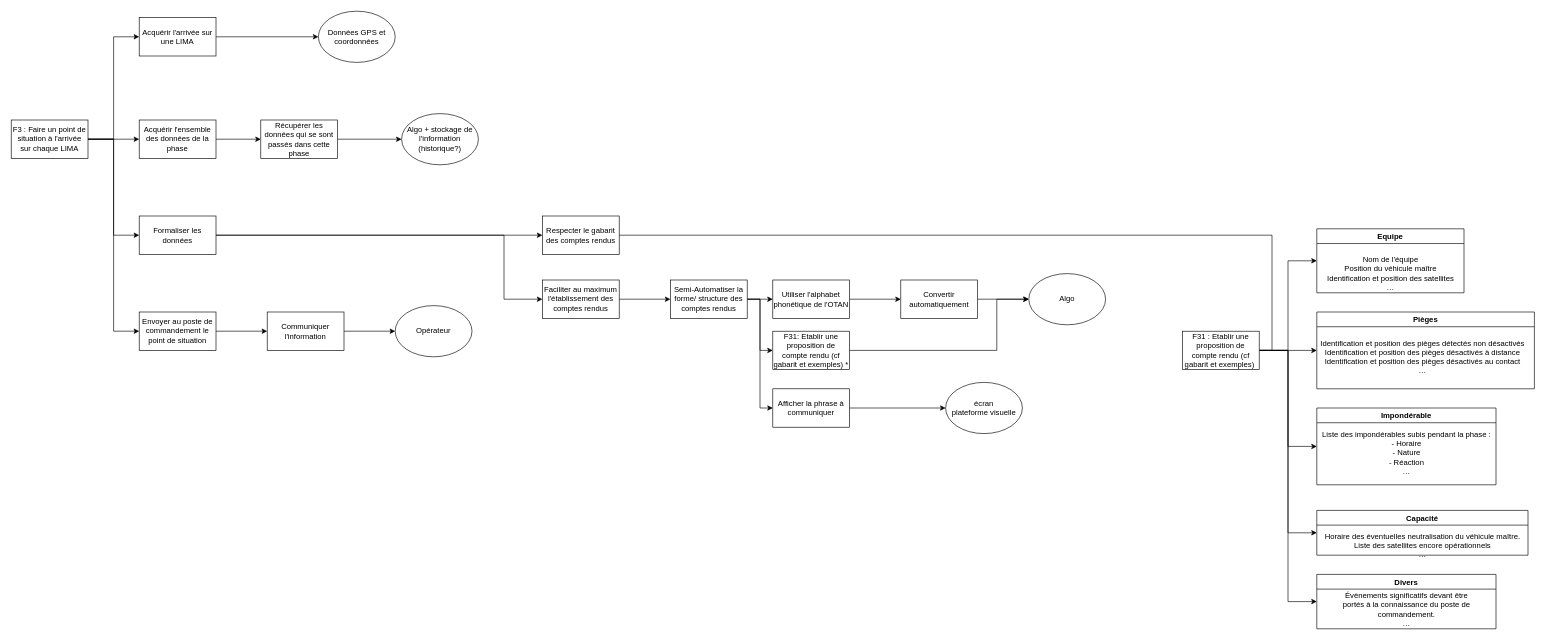
The draw.io diagram Diagrammes/testF3.drawio in annieliu52/CoHoMa, before the edit. Source tidied: cells renumbered, new cells numbered last; positions are measured from the earlier drawing's top-left corner, leaving out a move shared by most shapes. Both pictures are drawn from the tidied source at 64%, with x=0, y=0 at pixel (11, 11).
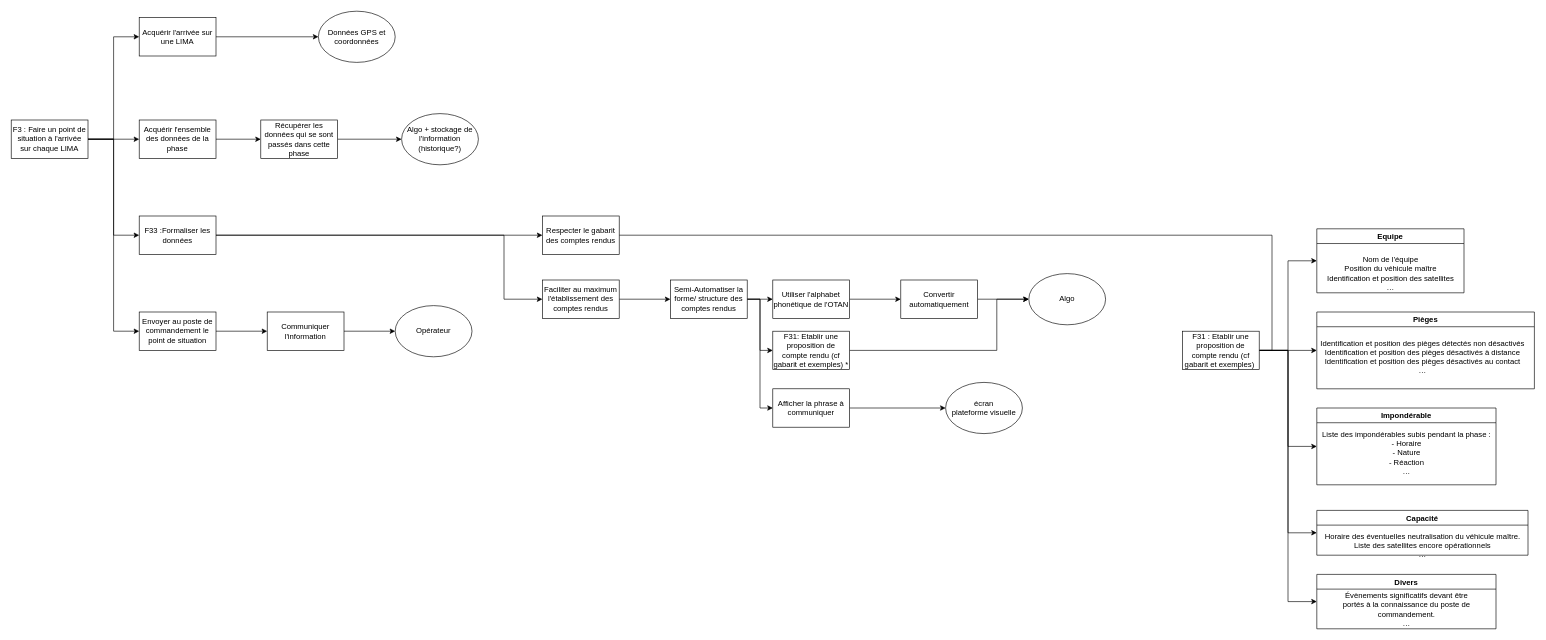
The same page after the edit.

The edit, as a diff of the source:
```diff
@@
-    <mxCell id="18" value="Formaliser les données" style="rounded=0;whiteSpace=wrap;html=1;" parent="1" vertex="1">
+    <mxCell id="18" value="F33 :Formaliser les données" style="rounded=0;whiteSpace=wrap;html=1;" parent="1" vertex="1">
       <mxGeometry x="200" y="320" width="120" height="60" as="geometry" />
     </mxCell>
```
